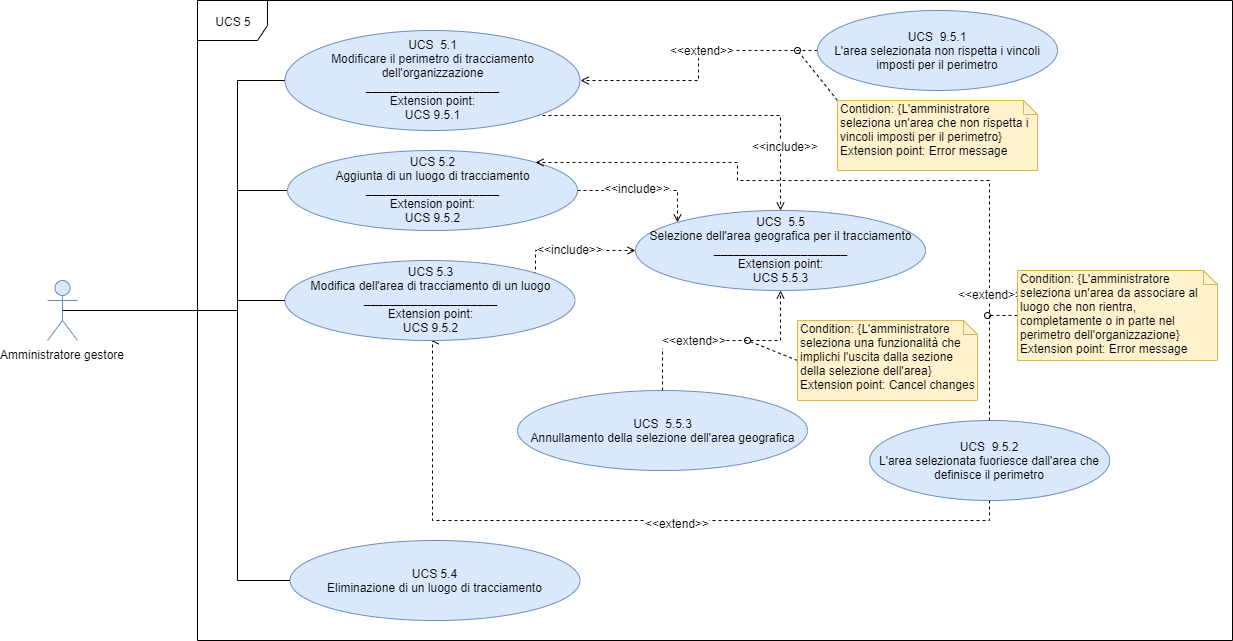
Earlier version of the draw.io export DocumentazioneEsterna/AnalisiRequisiti/sezioni/UseCase/Immagini/UCS5.png (qb-team/Stalker-Documentazione). Source tidied: cells renumbered, new cells last; positions are measured from the earlier drawing's top-left corner, leaving out a move shared by most shapes.
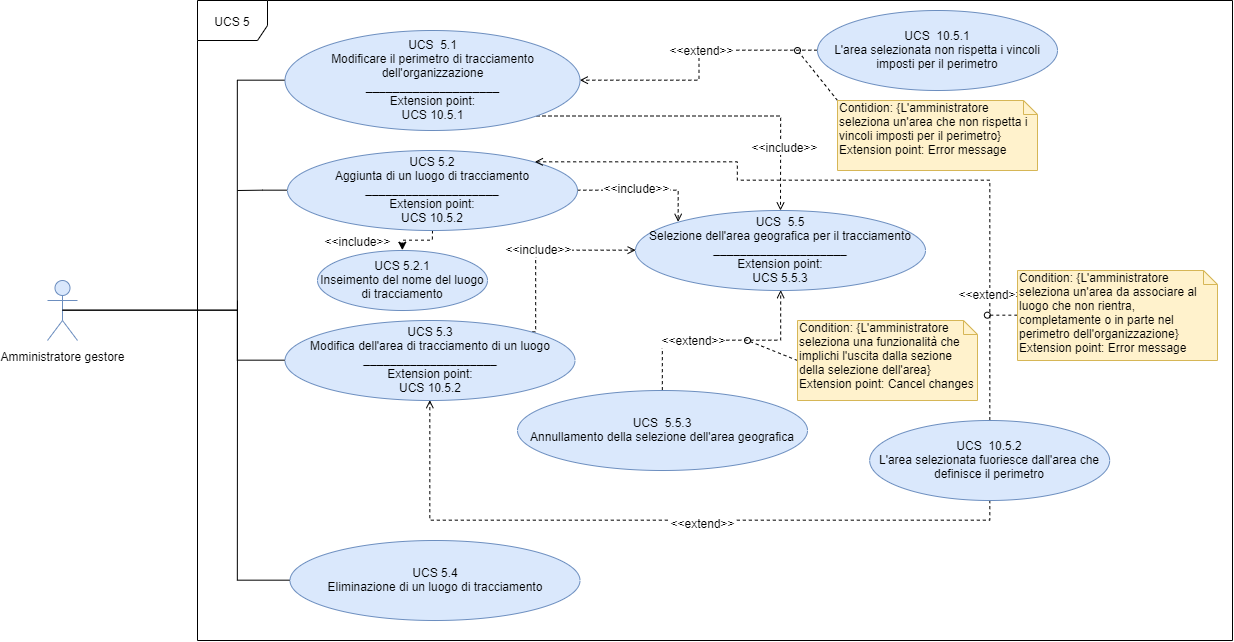
After the commit.

What changed in the source:
```diff
@@ -24,7 +24,7 @@
         <mxPoint x="84.2" y="-53" as="offset" />
       </mxGeometry>
     </mxCell>
-    <mxCell id="7" value="UCS&amp;nbsp; 5.1&lt;br&gt;Modificare il perimetro di tracciamento dell'organizzazione&lt;br&gt;____________________&lt;br&gt;Extension point:&lt;br&gt;UCS 9.5.1" style="ellipse;whiteSpace=wrap;html=1;fillColor=#dae8fc;strokeColor=#6c8ebf;" parent="1" vertex="1">
+    <mxCell id="7" value="UCS&amp;nbsp; 5.1&lt;br&gt;Modificare il perimetro di tracciamento dell'organizzazione&lt;br&gt;____________________&lt;br&gt;Extension point:&lt;br&gt;UCS 10.5.1" style="ellipse;whiteSpace=wrap;html=1;fillColor=#dae8fc;strokeColor=#6c8ebf;" parent="1" vertex="1">
       <mxGeometry x="237.5" y="30" width="295" height="100" as="geometry" />
     </mxCell>
     <mxCell id="8" style="edgeStyle=orthogonalEdgeStyle;rounded=0;jettySize=auto;html=1;exitX=0;exitY=0.5;exitDx=0;exitDy=0;entryX=1;entryY=0.5;entryDx=0;entryDy=0;dashed=1;endArrow=open;endFill=0;" parent="1" edge="1" source="10" target="7">
@@ -33,7 +33,7 @@
     <mxCell id="9" value="&amp;lt;&amp;lt;extend&amp;gt;&amp;gt;" style="text;html=1;align=center;verticalAlign=middle;labelBackgroundColor=#ffffff;" parent="8" vertex="1">
       <mxGeometry x="-0.13" y="-1" relative="1" as="geometry" />
     </mxCell>
-    <mxCell id="10" value="UCS&amp;nbsp; 9.5.1&lt;br&gt;L'area selezionata non rispetta i vincoli imposti per il perimetro" style="ellipse;whiteSpace=wrap;html=1;fillColor=#dae8fc;strokeColor=#6c8ebf;" parent="1" vertex="1">
+    <mxCell id="10" value="UCS&amp;nbsp; 10.5.1&lt;br&gt;L'area selezionata non rispetta i vincoli imposti per il perimetro" style="ellipse;whiteSpace=wrap;html=1;fillColor=#dae8fc;strokeColor=#6c8ebf;" parent="1" vertex="1">
       <mxGeometry x="770" y="10" width="240" height="80" as="geometry" />
     </mxCell>
     <mxCell id="11" style="rounded=0;jettySize=auto;html=1;exitX=0;exitY=0;exitDx=0;exitDy=0;exitPerimeter=0;dashed=1;endArrow=oval;endFill=0;" parent="1" edge="1" source="12">
@@ -59,7 +59,15 @@
         <mxPoint x="190" y="190" as="targetPoint" />
       </mxGeometry>
     </mxCell>
+    <mxCell id="36" style="edgeStyle=orthogonalEdgeStyle;rounded=0;jettySize=auto;html=1;entryX=0.5;entryY=0;entryDx=0;entryDy=0;dashed=1;" parent="1" edge="1" source="16" target="37">
+      <mxGeometry relative="1" as="geometry">
+        <Array as="points">
+          <mxPoint x="385" y="240" />
+          <mxPoint x="355" y="240" />
+        </Array>
+      </mxGeometry>
+    </mxCell>
-    <mxCell id="16" value="UCS 5.2&lt;br&gt;Aggiunta di un luogo di tracciamento&lt;br&gt;____________________&lt;br&gt;Extension point:&lt;br&gt;UCS 9.5.2" style="ellipse;whiteSpace=wrap;html=1;fillColor=#dae8fc;strokeColor=#6c8ebf;" parent="1" vertex="1">
+    <mxCell id="16" value="UCS 5.2&lt;br&gt;Aggiunta di un luogo di tracciamento&lt;br&gt;____________________&lt;br&gt;Extension point:&lt;br&gt;UCS 10.5.2" style="ellipse;whiteSpace=wrap;html=1;fillColor=#dae8fc;strokeColor=#6c8ebf;" parent="1" vertex="1">
       <mxGeometry x="240" y="150" width="290" height="80" as="geometry" />
     </mxCell>
     <mxCell id="17" style="edgeStyle=orthogonalEdgeStyle;rounded=0;jettySize=auto;html=1;exitX=0.5;exitY=0;exitDx=0;exitDy=0;entryX=1;entryY=0;entryDx=0;entryDy=0;dashed=1;endArrow=open;endFill=0;" parent="1" edge="1" source="21" target="16">
@@ -78,14 +86,14 @@
       <mxGeometry relative="1" as="geometry">
         <Array as="points">
           <mxPoint x="942" y="520" />
-          <mxPoint x="385" y="520" />
+          <mxPoint x="382" y="520" />
         </Array>
       </mxGeometry>
     </mxCell>
     <mxCell id="20" value="&amp;lt;&amp;lt;extend&amp;gt;&amp;gt;" style="text;html=1;align=center;verticalAlign=middle;labelBackgroundColor=#ffffff;" parent="19" vertex="1">
       <mxGeometry x="-0.12" y="2" relative="1" as="geometry" />
     </mxCell>
-    <mxCell id="21" value="UCS&amp;nbsp; 9.5.2&lt;br&gt;L'area selezionata fuoriesce dall'area che definisce il perimetro" style="ellipse;whiteSpace=wrap;html=1;fillColor=#dae8fc;strokeColor=#6c8ebf;" parent="1" vertex="1">
+    <mxCell id="21" value="UCS&amp;nbsp; 10.5.2&lt;br&gt;L'area selezionata fuoriesce dall'area che definisce il perimetro" style="ellipse;whiteSpace=wrap;html=1;fillColor=#dae8fc;strokeColor=#6c8ebf;" parent="1" vertex="1">
       <mxGeometry x="822.2" y="420" width="240" height="80" as="geometry" />
     </mxCell>
     <mxCell id="22" style="edgeStyle=orthogonalEdgeStyle;rounded=0;jettySize=auto;html=1;exitX=0;exitY=0.5;exitDx=0;exitDy=0;exitPerimeter=0;dashed=1;endArrow=oval;endFill=0;" parent="1" edge="1" source="23">
@@ -109,13 +117,13 @@
     <mxCell id="26" style="edgeStyle=orthogonalEdgeStyle;rounded=0;jettySize=auto;html=1;exitX=0;exitY=0.5;exitDx=0;exitDy=0;entryX=0.5;entryY=0.5;entryDx=0;entryDy=0;entryPerimeter=0;endArrow=none;endFill=0;" parent="1" edge="1" source="27" target="3">
       <mxGeometry relative="1" as="geometry">
         <Array as="points">
-          <mxPoint x="190" y="300" />
+          <mxPoint x="190" y="360" />
           <mxPoint x="190" y="310" />
         </Array>
       </mxGeometry>
     </mxCell>
-    <mxCell id="27" value="UCS 5.3&lt;br&gt;Modifica dell'area di tracciamento di un luogo&lt;br&gt;____________________&lt;br&gt;Extension point:&lt;br&gt;UCS 9.5.2" style="ellipse;whiteSpace=wrap;html=1;fillColor=#dae8fc;strokeColor=#6c8ebf;" parent="1" vertex="1">
-      <mxGeometry x="237.5" y="260" width="290" height="80" as="geometry" />
+    <mxCell id="27" value="UCS 5.3&lt;br&gt;Modifica dell'area di tracciamento di un luogo&lt;br&gt;____________________&lt;br&gt;Extension point:&lt;br&gt;UCS 10.5.2" style="ellipse;whiteSpace=wrap;html=1;fillColor=#dae8fc;strokeColor=#6c8ebf;" parent="1" vertex="1">
+      <mxGeometry x="237.5" y="320" width="290" height="80" as="geometry" />
     </mxCell>
     <mxCell id="28" value="UCS&amp;nbsp; 5.5&lt;br&gt;Selezione dell'area geografica per il tracciamento&lt;br&gt;____________________&lt;br&gt;Extension point:&lt;br&gt;UCS 5.5.3" style="ellipse;whiteSpace=wrap;html=1;fillColor=#dae8fc;strokeColor=#6c8ebf;" parent="1" vertex="1">
       <mxGeometry x="588" y="210" width="290" height="80" as="geometry" />
@@ -147,5 +155,11 @@
     <mxCell id="35" value="UCS 5.4&lt;br&gt;Eliminazione di un luogo di tracciamento" style="ellipse;whiteSpace=wrap;html=1;fillColor=#dae8fc;strokeColor=#6c8ebf;" parent="1" vertex="1">
       <mxGeometry x="242.5" y="540" width="290" height="80" as="geometry" />
     </mxCell>
+    <mxCell id="37" value="UCS 5.2.1&lt;br&gt;Inseimento del nome del luogo di tracciamento" style="ellipse;whiteSpace=wrap;html=1;fillColor=#dae8fc;strokeColor=#6c8ebf;" parent="1" vertex="1">
+      <mxGeometry x="270" y="250" width="170" height="60" as="geometry" />
+    </mxCell>
+    <mxCell id="38" value="&amp;lt;&amp;lt;include&amp;gt;&amp;gt;" style="text;html=1;align=center;verticalAlign=middle;labelBackgroundColor=#ffffff;" parent="1" vertex="1">
+      <mxGeometry x="310" y="240" as="geometry" />
+    </mxCell>
   </root>
 </mxGraphModel>
```
